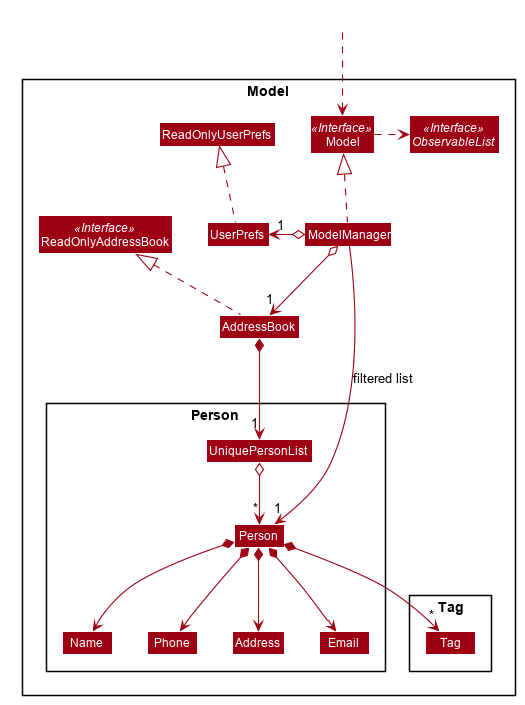
This is docs/images/ModelClassDiagram.png from nus-cs2103-AY1920S2/addressbook-level3, a PlantUML export, as it was before one commit.
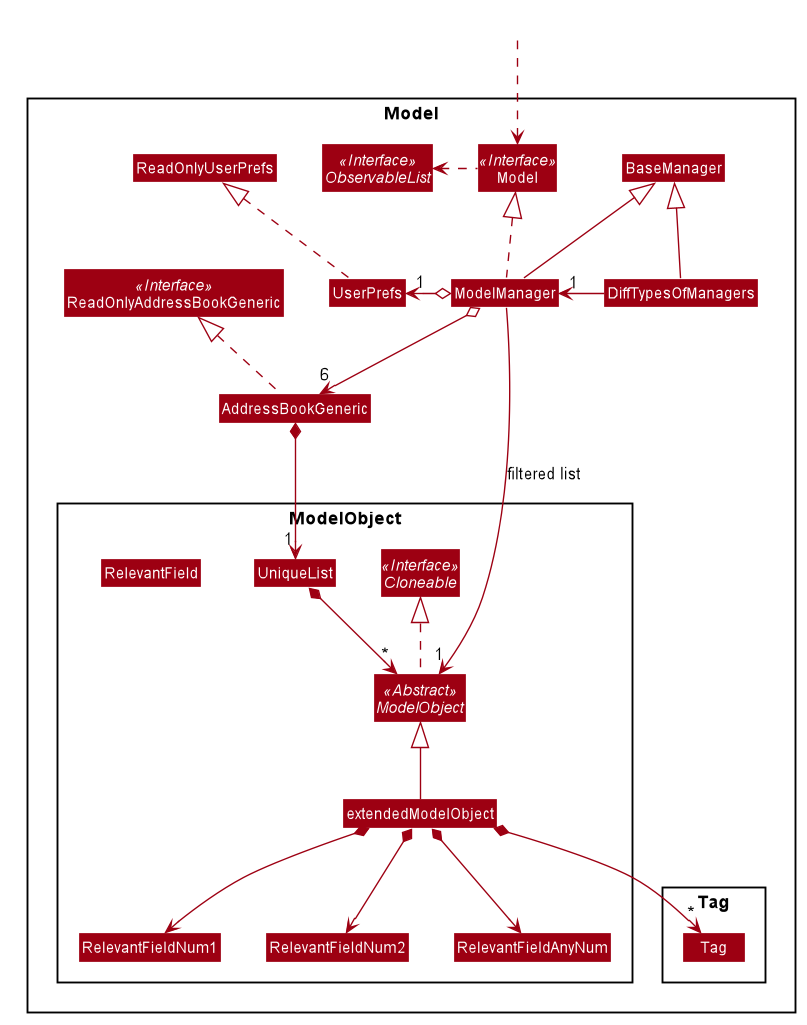
Above is the later version.

The edit, as a diff of the source:
```diff
@@ -52,23 +52,28 @@
 skinparam classBackgroundColor #9D0012
 
 Package Model <<Rectangle>>{
-Interface ReadOnlyAddressBook <<Interface>>
+Interface ReadOnlyAddressBookGeneric <<Interface>>
 Interface Model <<Interface>>
 Interface ObservableList <<Interface>>
-Class AddressBook
-Class ReadOnlyAddressBook
+Class AddressBookGeneric
+Class ReadOnlyAddressBookGeneric
 Class Model
 Class ModelManager
 Class UserPrefs
 Class ReadOnlyUserPrefs
+Class BaseManager
+Class DiffTypesOfManagers
+Class ModelObject
 
-Package Person {
-Class Person
-Class Address
-Class Email
-Class Name
-Class Phone
-Class UniquePersonList
+Package ModelObject {
+Abstract Class ModelObject <<Abstract>>
+Interface Cloneable <<Interface>>
+Class UniqueList
+Class extendedModelObject
+Class RelevantFieldNum1
+Class RelevantFieldNum2
+Class RelevantFieldAnyNum
+Class RelevantField
 }
 
 Package Tag {
@@ -79,25 +84,28 @@
 Class HiddenOutside #FFFFFF
 HiddenOutside ..> Model
 
-AddressBook .up.|> ReadOnlyAddressBook
+AddressBookGeneric .up.|> ReadOnlyAddressBookGeneric
 
+BaseManager <|-- DiffTypesOfManagers
+BaseManager <|-- ModelManager
+DiffTypesOfManagers -left> "1" ModelManager
 ModelManager .up.|> Model
-Model .right.> ObservableList
-ModelManager o--> "1" AddressBook
+Model .left.> ObservableList
+ModelManager o--> "6" AddressBookGeneric
 ModelManager o-left-> "1" UserPrefs
 UserPrefs .up.|> ReadOnlyUserPrefs
 
-AddressBook *--> "1" UniquePersonList
-UniquePersonList o--> "*" Person
-Person *--> Name
-Person *--> Phone
-Person *--> Email
-Person *--> Address
-Person *--> "*" Tag
 
-Name -[hidden]right-> Phone
-Phone -[hidden]right-> Address
-Address -[hidden]right-> Email
+AddressBookGeneric *--> "1" UniqueList
+UniqueList *--> "*" ModelObject
+ModelObject .up.|> Cloneable
+extendedModelObject -up-|> ModelObject
+extendedModelObject *--> RelevantFieldNum1
+extendedModelObject *--> RelevantFieldNum2
+extendedModelObject *--> RelevantFieldAnyNum
+extendedModelObject *--> "*" Tag
 
-ModelManager -->"1" Person : filtered list
+RelevantFieldNum1 -[hidden]right-> RelevantFieldNum2
+
+ModelManager -->"1" ModelObject : filtered list
 @enduml
```
